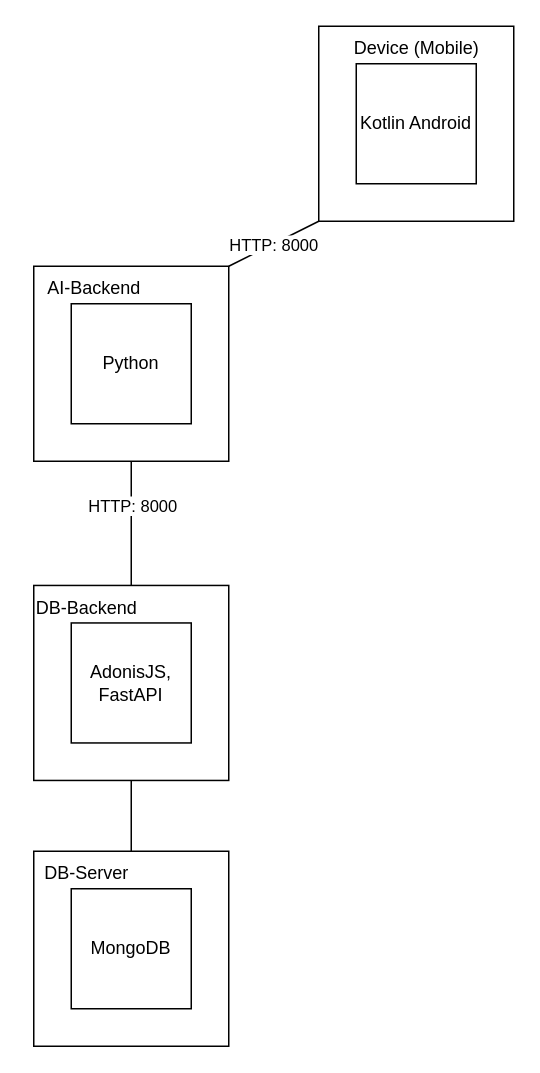
This is documents/Diagramme/Verteilungsdiagramm.drawio from huthuthiddeli/DermaAI, a draw.io file, before an edit. Source tidied: cells renumbered, new cells numbered last; positions are measured from the earlier drawing's top-left corner, leaving out a move shared by most shapes. Both pictures are drawn from the tidied source at 150%, with x=0, y=0 at pixel (26, 26).
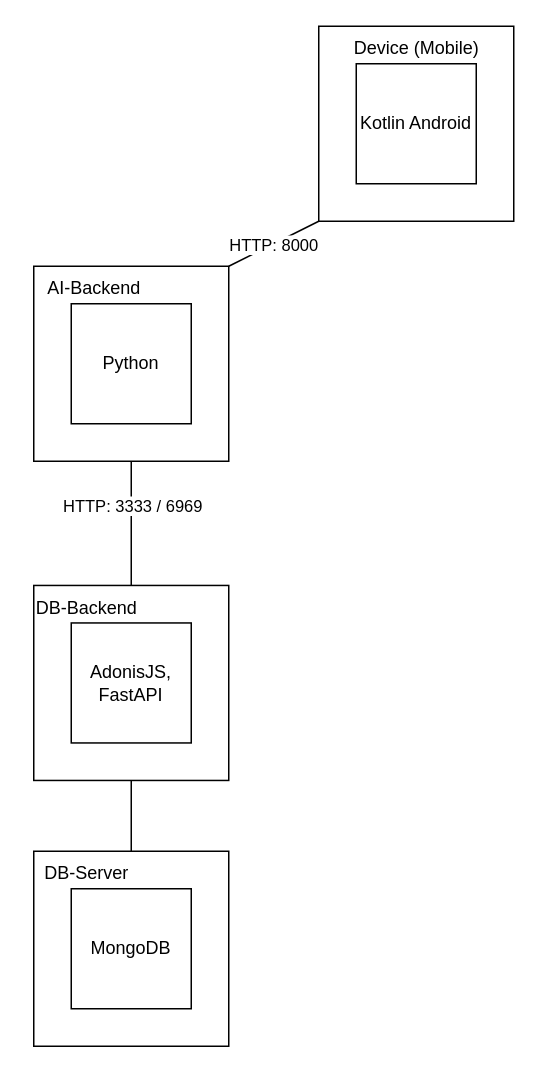
After the change.

Change to the diagram source:
```diff
@@
 <mxGraphModel>
   <root>
     <mxCell id="0" />
     <mxCell id="1" parent="0" />
     <mxCell id="2" style="whiteSpace=wrap;html=1;" parent="1" vertex="1">
       <mxGeometry x="5" y="160" width="130" height="130" as="geometry" />
     </mxCell>
     <mxCell id="3" value="AI-Backend" style="text;html=1;align=center;verticalAlign=middle;strokeColor=none;fillColor=none;" parent="1" vertex="1">
       <mxGeometry x="5" y="165" width="80" height="20" as="geometry" />
     </mxCell>
     <mxCell id="4" value="Python" style="whiteSpace=wrap;html=1;" parent="1" vertex="1">
       <mxGeometry x="30" y="185" width="80" height="80" as="geometry" />
     </mxCell>
     <mxCell id="5" style="whiteSpace=wrap;html=1;" parent="1" vertex="1">
       <mxGeometry x="195" width="130" height="130" as="geometry" />
     </mxCell>
     <mxCell id="6" value="Device (Mobile)" style="text;html=1;align=center;verticalAlign=middle;strokeColor=none;fillColor=none;" parent="1" vertex="1">
       <mxGeometry x="210" y="5" width="100" height="20" as="geometry" />
     </mxCell>
     <mxCell id="7" value="Kotlin Android" style="whiteSpace=wrap;html=1;" parent="1" vertex="1">
       <mxGeometry x="220" y="25" width="80" height="80" as="geometry" />
     </mxCell>
     <mxCell id="8" style="whiteSpace=wrap;html=1;" parent="1" vertex="1">
       <mxGeometry x="5" y="372.8" width="130" height="130" as="geometry" />
     </mxCell>
     <mxCell id="9" value="DB-Backend" style="text;html=1;align=center;verticalAlign=middle;strokeColor=none;fillColor=none;" parent="1" vertex="1">
       <mxGeometry y="377.8" width="80" height="20" as="geometry" />
     </mxCell>
     <mxCell id="10" value="AdonisJS, FastAPI" style="whiteSpace=wrap;html=1;" parent="1" vertex="1">
       <mxGeometry x="30" y="397.8" width="80" height="80" as="geometry" />
     </mxCell>
     <mxCell id="11" style="endArrow=none;html=1;rounded=0;entryX=0;entryY=1;entryDx=0;entryDy=0;exitX=1;exitY=0;exitDx=0;exitDy=0;" parent="1" edge="1" source="2" target="5">
       <mxGeometry relative="1" as="geometry" />
     </mxCell>
     <mxCell id="12" value="HTTP: 8000" style="edgeLabel;html=1;align=center;verticalAlign=middle;" parent="11" vertex="1">
       <mxGeometry x="-0.01" relative="1" as="geometry" />
     </mxCell>
     <mxCell id="13" style="endArrow=none;html=1;rounded=0;entryX=0.5;entryY=1;entryDx=0;entryDy=0;exitX=0.5;exitY=0;exitDx=0;exitDy=0;" parent="1" edge="1" source="8" target="2">
       <mxGeometry relative="1" as="geometry" />
     </mxCell>
-    <mxCell id="14" value="HTTP: 8000" style="edgeLabel;html=1;align=center;verticalAlign=middle;" parent="13" vertex="1">
+    <mxCell id="14" value="HTTP: 3333 / 6969" style="edgeLabel;html=1;align=center;verticalAlign=middle;" parent="13" vertex="1">
       <mxGeometry x="0.27" relative="1" as="geometry" />
     </mxCell>
     <mxCell id="15" style="whiteSpace=wrap;html=1;" parent="1" vertex="1">
       <mxGeometry x="5" y="550" width="130" height="130" as="geometry" />
     </mxCell>
     <mxCell id="16" value="DB-Server" style="text;html=1;align=center;verticalAlign=middle;strokeColor=none;fillColor=none;" parent="1" vertex="1">
       <mxGeometry x="5" y="555" width="70" height="20" as="geometry" />
     </mxCell>
     <mxCell id="17" value="MongoDB" style="whiteSpace=wrap;html=1;" parent="1" vertex="1">
       <mxGeometry x="30" y="575" width="80" height="80" as="geometry" />
     </mxCell>
     <mxCell id="18" style="endArrow=none;html=1;rounded=0;entryX=0.5;entryY=1;entryDx=0;entryDy=0;exitX=0.5;exitY=0;exitDx=0;exitDy=0;" parent="1" edge="1" source="15" target="8">
       <mxGeometry relative="1" as="geometry" />
     </mxCell>
   </root>
 </mxGraphModel>
```
